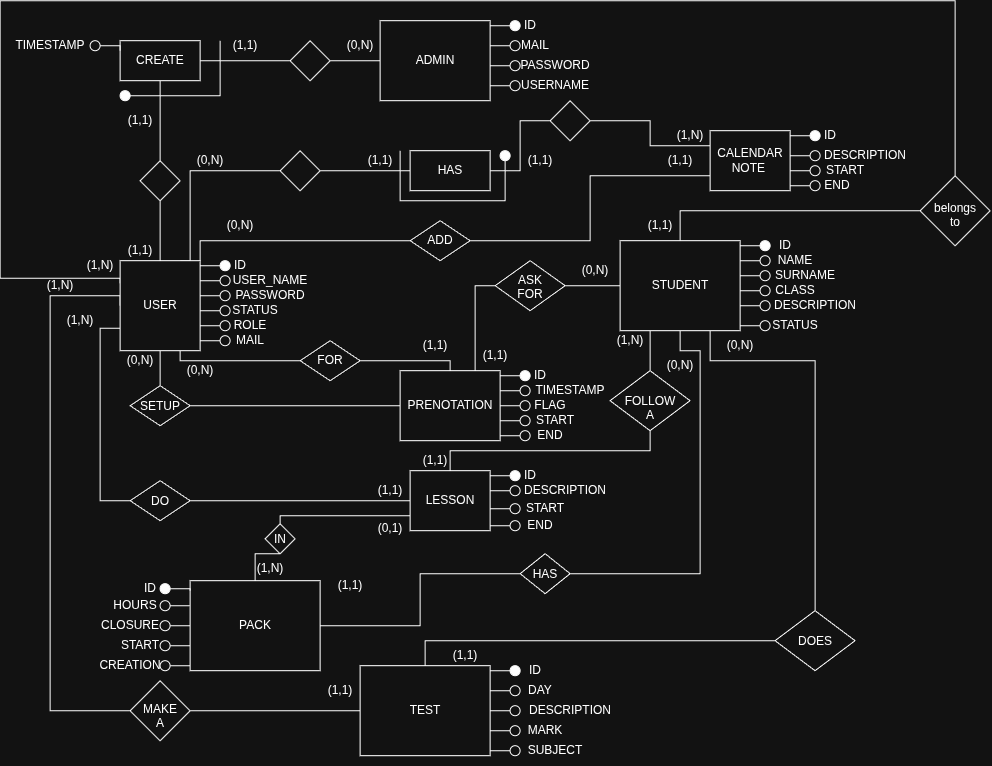
This is docs/TUTORLY_Normal.png from SkennyCMD/Tutorly, a draw.io export, as it was before one commit. Source tidied: cells renumbered, new cells last; positions are measured from the earlier drawing's top-left corner, leaving out a move shared by most shapes.
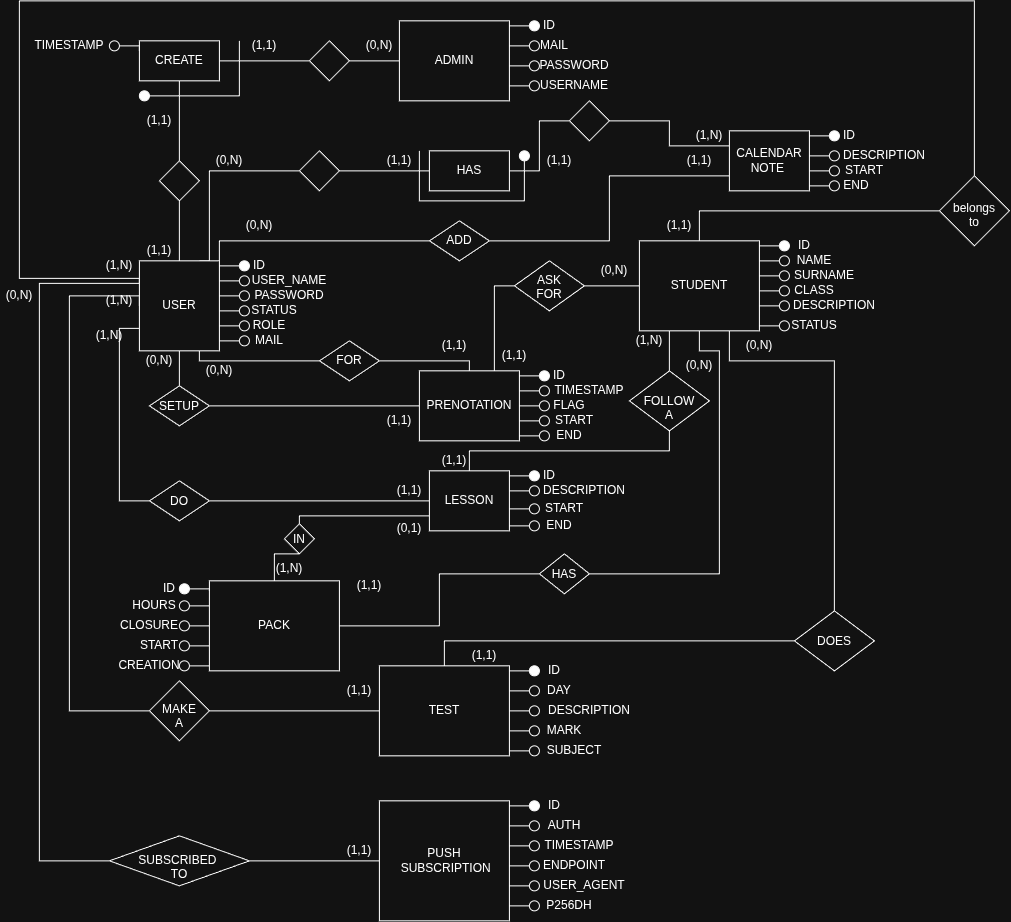
After the change.

Commit message:
docs: update the ER diagram, remove the unused duplicate in backend-api

Refreshes docs/TUTORLY_Normal.png with the current database schema, and
removes Java/backend-api/TUTORLY_Normal.png - a stale duplicate that wasn't
referenced from anywhere (both doc mentions of this diagram, in
00_Project_Overview.md and 07_Database_Configuration.md, already point at
the docs/ copy).

Diff of the diagram source:
```diff
@@ -577,10 +577,10 @@
       <mxGeometry x="807" y="170" width="60" height="30" as="geometry" />
     </mxCell>
     <mxCell id="155" value="(1,N)" style="text;html=1;whiteSpace=wrap;strokeColor=none;fillColor=none;align=center;verticalAlign=middle;rounded=0;" parent="1" vertex="1">
-      <mxGeometry x="30" y="270" width="60" height="30" as="geometry" />
+      <mxGeometry x="70" y="285" width="60" height="30" as="geometry" />
     </mxCell>
     <mxCell id="156" value="(1,N)" style="text;html=1;whiteSpace=wrap;strokeColor=none;fillColor=none;align=center;verticalAlign=middle;rounded=0;" parent="1" vertex="1">
-      <mxGeometry x="50" y="305" width="60" height="30" as="geometry" />
+      <mxGeometry x="60" y="320" width="60" height="30" as="geometry" />
     </mxCell>
     <mxCell id="157" value="(1,N)" style="text;html=1;whiteSpace=wrap;strokeColor=none;fillColor=none;align=center;verticalAlign=middle;rounded=0;" parent="1" vertex="1">
       <mxGeometry x="600" y="325" width="60" height="30" as="geometry" />
@@ -754,5 +754,97 @@
     <mxCell id="210" value="CREATION" style="text;html=1;whiteSpace=wrap;strokeColor=none;fillColor=none;align=center;verticalAlign=middle;rounded=0;" parent="1" vertex="1">
       <mxGeometry x="100" y="650" width="60" height="30" as="geometry" />
     </mxCell>
+    <mxCell id="211" value="(1,1)" style="text;html=1;whiteSpace=wrap;strokeColor=none;fillColor=none;align=center;verticalAlign=middle;rounded=0;" parent="1" vertex="1">
+      <mxGeometry x="350" y="405" width="60" height="30" as="geometry" />
+    </mxCell>
+    <mxCell id="212" value="PUSH&lt;br&gt;&amp;nbsp;SUBSCRIPTION" style="rounded=0;whiteSpace=wrap;html=1;" parent="1" vertex="1">
+      <mxGeometry x="360" y="800" width="130" height="120" as="geometry" />
+    </mxCell>
+    <mxCell id="213" style="edgeStyle=orthogonalEdgeStyle;rounded=0;jettySize=auto;html=1;exitX=0;exitY=0.5;exitDx=0;exitDy=0;endArrow=none;endFill=0;" parent="1" edge="1" source="214">
+      <mxGeometry relative="1" as="geometry">
+        <mxPoint x="490" y="804.9" as="targetPoint" />
+      </mxGeometry>
+    </mxCell>
+    <mxCell id="214" style="ellipse;whiteSpace=wrap;html=1;shapeInside=1;fillColor=light-dark(#FFFFFF,#FFFFFF);gradientColor=none;fillStyle=solid;" parent="1" vertex="1">
+      <mxGeometry x="510" y="800" width="10" height="10" as="geometry" />
+    </mxCell>
+    <mxCell id="215" value="ID" style="text;html=1;whiteSpace=wrap;strokeColor=none;fillColor=none;align=center;verticalAlign=middle;rounded=0;" parent="1" vertex="1">
+      <mxGeometry x="500" y="790" width="70" height="30" as="geometry" />
+    </mxCell>
+    <mxCell id="216" style="edgeStyle=orthogonalEdgeStyle;rounded=0;jettySize=auto;html=1;exitX=0;exitY=0.5;exitDx=0;exitDy=0;endArrow=none;endFill=0;" parent="1" edge="1" source="217">
+      <mxGeometry relative="1" as="geometry">
+        <mxPoint x="490" y="824.9" as="targetPoint" />
+      </mxGeometry>
+    </mxCell>
+    <mxCell id="217" style="ellipse;whiteSpace=wrap;html=1;shapeInside=1;" parent="1" vertex="1">
+      <mxGeometry x="510" y="820" width="10" height="10" as="geometry" />
+    </mxCell>
+    <mxCell id="218" style="edgeStyle=orthogonalEdgeStyle;rounded=0;jettySize=auto;html=1;exitX=0;exitY=0.5;exitDx=0;exitDy=0;endArrow=none;endFill=0;" parent="1" edge="1" source="219">
+      <mxGeometry relative="1" as="geometry">
+        <mxPoint x="490" y="844.9" as="targetPoint" />
+      </mxGeometry>
+    </mxCell>
+    <mxCell id="219" style="ellipse;whiteSpace=wrap;html=1;shapeInside=1;" parent="1" vertex="1">
+      <mxGeometry x="510" y="840" width="10" height="10" as="geometry" />
+    </mxCell>
+    <mxCell id="220" style="edgeStyle=orthogonalEdgeStyle;rounded=0;jettySize=auto;html=1;exitX=0;exitY=0.5;exitDx=0;exitDy=0;endArrow=none;endFill=0;" parent="1" edge="1" source="221">
+      <mxGeometry relative="1" as="geometry">
+        <mxPoint x="490" y="864.9" as="targetPoint" />
+      </mxGeometry>
+    </mxCell>
+    <mxCell id="221" style="ellipse;whiteSpace=wrap;html=1;shapeInside=1;" parent="1" vertex="1">
+      <mxGeometry x="510" y="860" width="10" height="10" as="geometry" />
+    </mxCell>
+    <mxCell id="222" value="AUTH" style="text;html=1;whiteSpace=wrap;strokeColor=none;fillColor=none;align=center;verticalAlign=middle;rounded=0;" parent="1" vertex="1">
+      <mxGeometry x="515" y="810" width="60" height="30" as="geometry" />
+    </mxCell>
+    <mxCell id="223" value="TIMESTAMP" style="text;html=1;whiteSpace=wrap;strokeColor=none;fillColor=none;align=center;verticalAlign=middle;rounded=0;" parent="1" vertex="1">
+      <mxGeometry x="530" y="830" width="60" height="30" as="geometry" />
+    </mxCell>
+    <mxCell id="224" value="ENDPOINT" style="text;html=1;whiteSpace=wrap;strokeColor=none;fillColor=none;align=center;verticalAlign=middle;rounded=0;" parent="1" vertex="1">
+      <mxGeometry x="525" y="850" width="60" height="30" as="geometry" />
+    </mxCell>
+    <mxCell id="225" style="edgeStyle=orthogonalEdgeStyle;rounded=0;jettySize=auto;html=1;exitX=0;exitY=0.5;exitDx=0;exitDy=0;endArrow=none;endFill=0;" parent="1" edge="1" source="226">
+      <mxGeometry relative="1" as="geometry">
+        <mxPoint x="490" y="884.9" as="targetPoint" />
+      </mxGeometry>
+    </mxCell>
+    <mxCell id="226" style="ellipse;whiteSpace=wrap;html=1;shapeInside=1;" parent="1" vertex="1">
+      <mxGeometry x="510" y="880" width="10" height="10" as="geometry" />
+    </mxCell>
+    <mxCell id="227" value="USER_AGENT" style="text;html=1;whiteSpace=wrap;strokeColor=none;fillColor=none;align=center;verticalAlign=middle;rounded=0;" parent="1" vertex="1">
+      <mxGeometry x="530" y="870" width="70" height="30" as="geometry" />
+    </mxCell>
+    <mxCell id="228" style="edgeStyle=orthogonalEdgeStyle;rounded=0;jettySize=auto;html=1;exitX=0;exitY=0.5;exitDx=0;exitDy=0;endArrow=none;endFill=0;" parent="1" edge="1" source="229">
+      <mxGeometry relative="1" as="geometry">
+        <mxPoint x="490" y="904.9" as="targetPoint" />
+      </mxGeometry>
+    </mxCell>
+    <mxCell id="229" style="ellipse;whiteSpace=wrap;html=1;shapeInside=1;" parent="1" vertex="1">
+      <mxGeometry x="510" y="900" width="10" height="10" as="geometry" />
+    </mxCell>
+    <mxCell id="230" value="P256DH" style="text;html=1;whiteSpace=wrap;strokeColor=none;fillColor=none;align=center;verticalAlign=middle;rounded=0;" parent="1" vertex="1">
+      <mxGeometry x="520" y="890" width="60" height="30" as="geometry" />
+    </mxCell>
+    <mxCell id="231" style="edgeStyle=orthogonalEdgeStyle;rounded=0;jettySize=auto;html=1;exitX=1;exitY=0.5;exitDx=0;exitDy=0;entryX=0;entryY=0.5;entryDx=0;entryDy=0;endArrow=none;endFill=0;" parent="1" edge="1" source="233" target="212">
+      <mxGeometry relative="1" as="geometry" />
+    </mxCell>
+    <mxCell id="232" style="edgeStyle=orthogonalEdgeStyle;rounded=0;jettySize=auto;html=1;exitX=0;exitY=0.5;exitDx=0;exitDy=0;entryX=0;entryY=0.25;entryDx=0;entryDy=0;endArrow=none;endFill=0;" parent="1" edge="1" source="233" target="14">
+      <mxGeometry relative="1" as="geometry">
+        <Array as="points">
+          <mxPoint x="20" y="860" />
+          <mxPoint x="20" y="282.5" />
+        </Array>
+      </mxGeometry>
+    </mxCell>
+    <mxCell id="233" value="SUBSCRIBED&amp;nbsp;&lt;br&gt;TO" style="rhombus;whiteSpace=wrap;html=1;shapeInside=1;" parent="1" vertex="1">
+      <mxGeometry x="90" y="835" width="140" height="50" as="geometry" />
+    </mxCell>
+    <mxCell id="234" value="(1,1)" style="text;html=1;whiteSpace=wrap;strokeColor=none;fillColor=none;align=center;verticalAlign=middle;rounded=0;" parent="1" vertex="1">
+      <mxGeometry x="310" y="835" width="60" height="30" as="geometry" />
+    </mxCell>
+    <mxCell id="235" value="(0&lt;span style=&quot;background-color: transparent; color: light-dark(rgb(0, 0, 0), rgb(255, 255, 255));&quot;&gt;,N)&lt;/span&gt;" style="text;html=1;whiteSpace=wrap;strokeColor=none;fillColor=none;align=center;verticalAlign=middle;rounded=0;" parent="1" vertex="1">
+      <mxGeometry x="-20" y="280" width="40" height="30" as="geometry" />
+    </mxCell>
   </root>
 </mxGraphModel>
```
